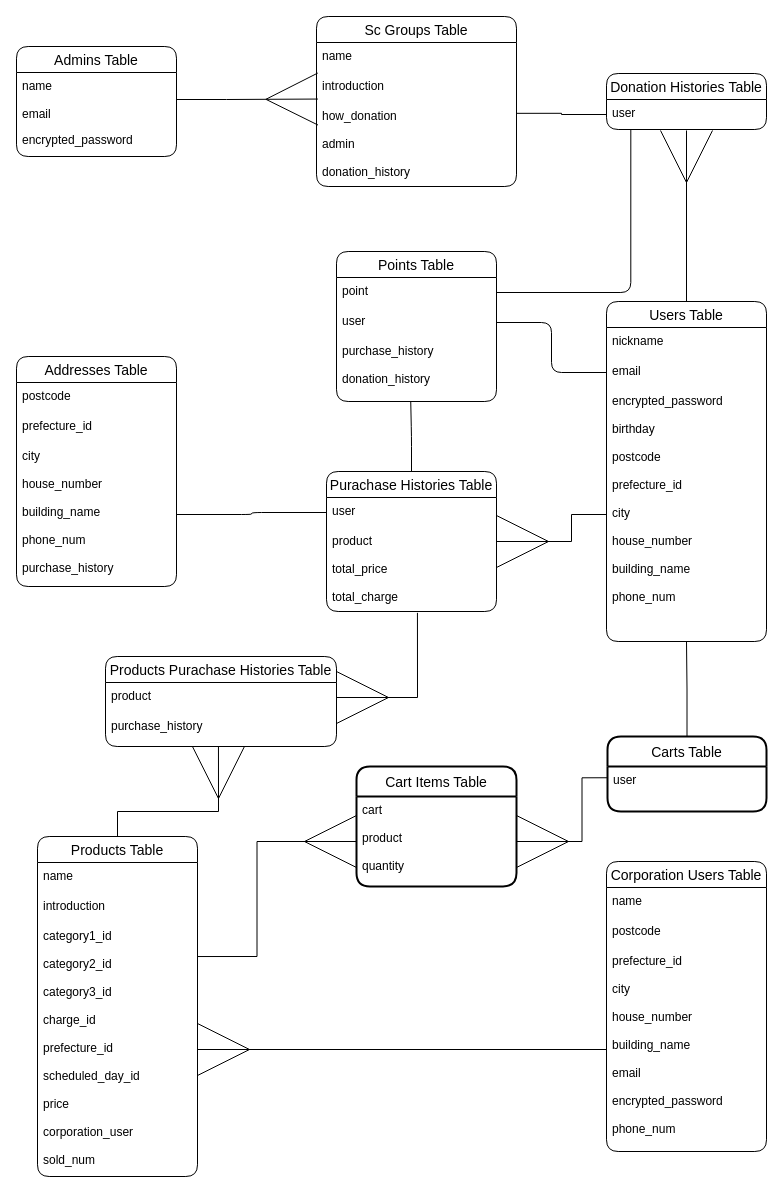
The draw.io diagram sc.dio in nishipee/sc_app, before the edit. Source tidied: cells renumbered, new cells numbered last; positions are measured from the earlier drawing's top-left corner, leaving out a move shared by most shapes. Both pictures are drawn from the tidied source at 100%, with x=0, y=0 at pixel (16, 16).
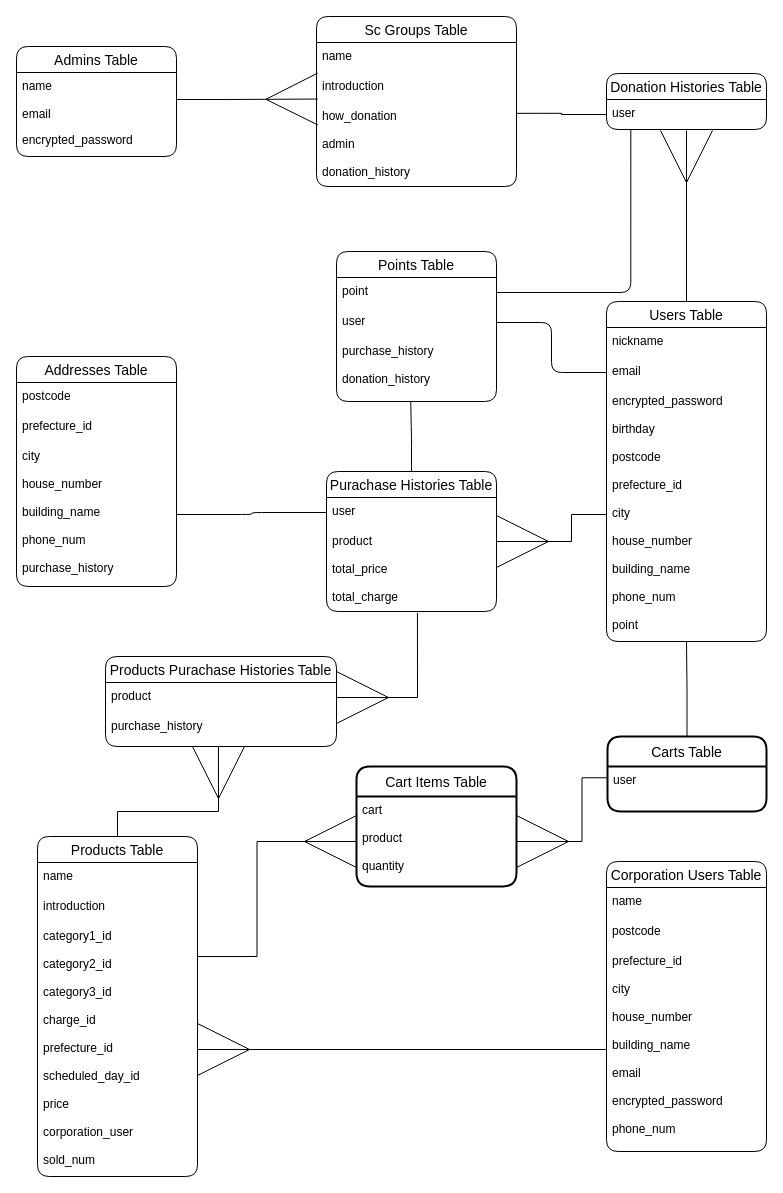
After the change.

The change refers to these unchanged cells:
```xml
<mxCell id="3" value="Users Table" style="swimlane;fontStyle=0;horizontal=1;startSize=26;align=center;fontSize=14;rounded=1;" parent="1" vertex="1">
  <mxGeometry x="590" y="285" width="160" height="340" as="geometry" />
</mxCell>
```

The edit, as a diff of the source:
```diff
@@
-    <mxCell id="6" value="encrypted_password&#10;&#10;birthday&#10;&#10;postcode&#10;&#10;prefecture_id&#10;&#10;city&#10;&#10;house_number&#10;&#10;building_name&#10;&#10;phone_num" style="text;strokeColor=none;fillColor=none;spacingLeft=4;spacingRight=4;overflow=hidden;points=[[0,0.5],[1,0.5]];portConstraint=eastwest;fontSize=12;" parent="3" vertex="1">
+    <mxCell id="6" value="encrypted_password&#10;&#10;birthday&#10;&#10;postcode&#10;&#10;prefecture_id&#10;&#10;city&#10;&#10;house_number&#10;&#10;building_name&#10;&#10;phone_num&#10;&#10;point" style="text;strokeColor=none;fillColor=none;spacingLeft=4;spacingRight=4;overflow=hidden;points=[[0,0.5],[1,0.5]];portConstraint=eastwest;fontSize=12;" parent="3" vertex="1">
       <mxGeometry y="86" width="160" height="254" as="geometry" />
     </mxCell>
```
